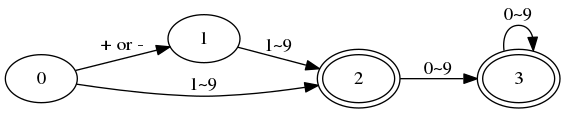
uyu423/GraphvizSampleCode keeps this Graphviz diagram as dot/naturalNumDFA.png. Above is the earlier version. Its source is kept beside it as dot/naturalNumDFA.dot. Source of this version:
```dot
digraph naturalNumberDFA {
	rankdir=LR;
	0 -> 1 [label="+ or -"];
	0 -> 2 [label="1~9"];
	1 -> 2 [label="1~9"];
	2 -> 3 [label="0~9"];
	3 -> 3 [label="0~9"];
	2 [peripheries=2];
	3 [peripheries=2];
}
```
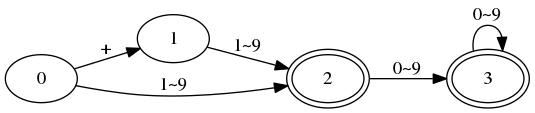
Later version of the same file.

Change to the diagram source:
```diff
@@ -1,6 +1,6 @@
 digraph naturalNumberDFA {
 	rankdir=LR;
-	0 -> 1 [label="+ or -"];
+	0 -> 1 [label="+"];
 	0 -> 2 [label="1~9"];
 	1 -> 2 [label="1~9"];
 	2 -> 3 [label="0~9"];
```
